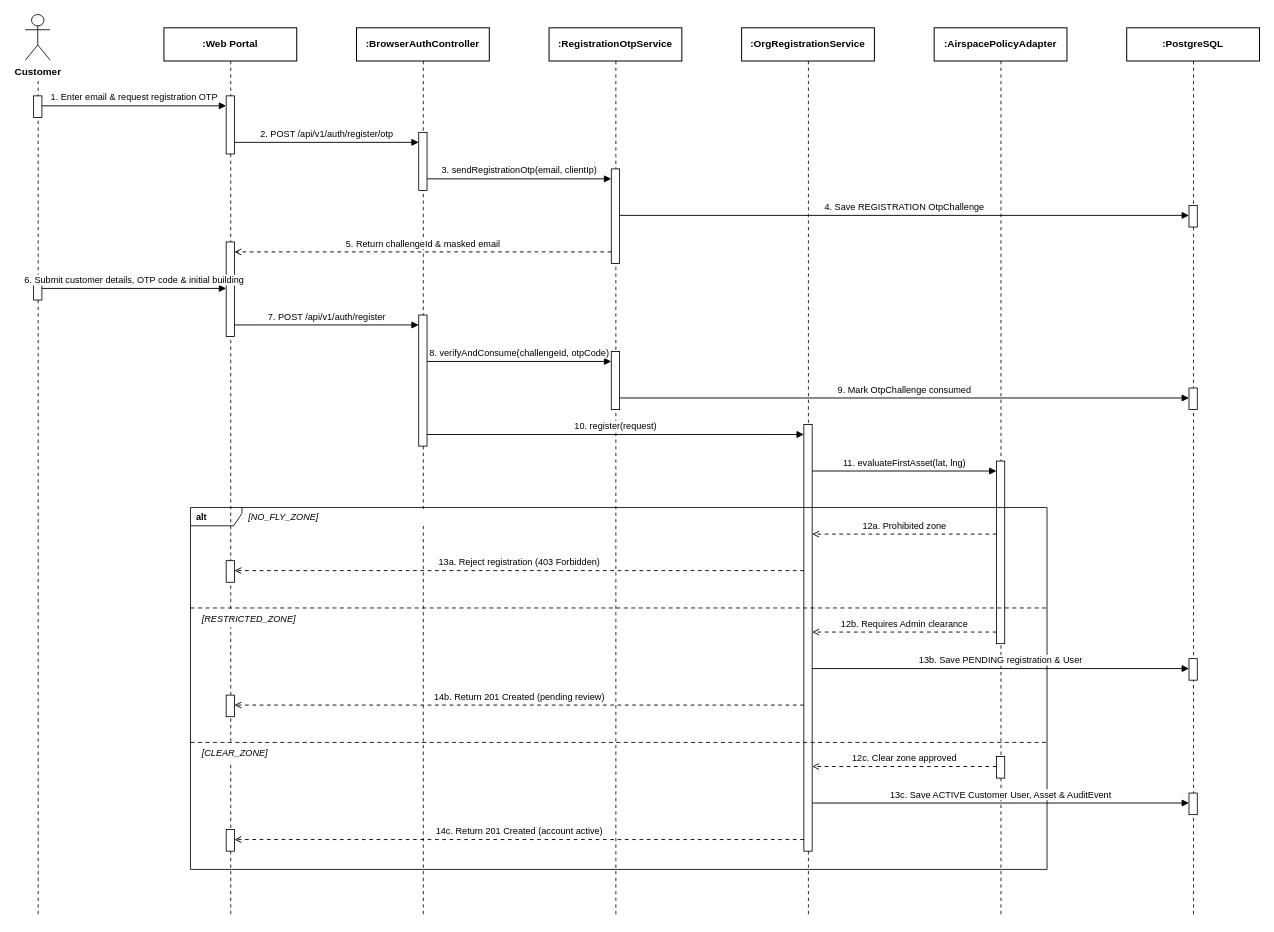
Earlier version of the draw.io diagram page "FE-01A - Customer Registration" (1 of 26) of diagrams/smartdrone-sequence-diagrams.drawio (tungbach12/SmartDroneInspection-Docs). Source tidied: cells renumbered, new cells numbered last; positions are measured from the earlier drawing's top-left corner, leaving out a move shared by most shapes. Both pictures are drawn from the tidied source at 83%, with x=0, y=0 at pixel (25, 14).
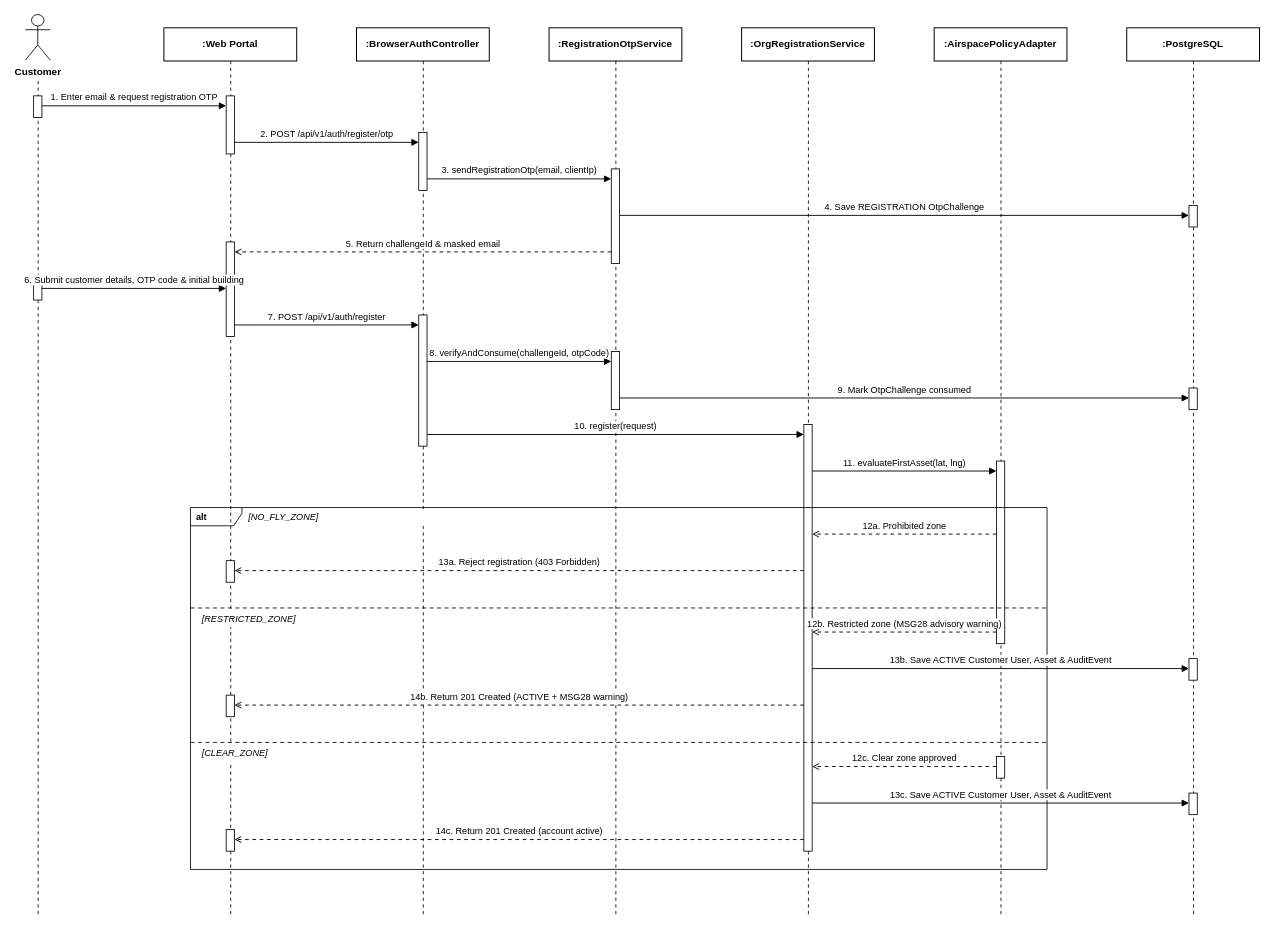
Above is the later version.

Unchanged cells that the change refers to:
```xml
<mxCell id="21" style="rounded=0;whiteSpace=wrap;html=1;fillColor=#ffffff;strokeColor=#000000;strokeWidth=1;" parent="1" vertex="1">
  <mxGeometry x="242" y="820" width="10" height="26" as="geometry" />
</mxCell>
<mxCell id="27" style="rounded=0;whiteSpace=wrap;html=1;fillColor=#ffffff;strokeColor=#000000;strokeWidth=1;" parent="1" vertex="1">
  <mxGeometry x="938" y="494" width="10" height="514" as="geometry" />
</mxCell>
<mxCell id="28" style="rounded=0;whiteSpace=wrap;html=1;fillColor=#ffffff;strokeColor=#000000;strokeWidth=1;" parent="1" vertex="1">
  <mxGeometry x="1170" y="538" width="10" height="220" as="geometry" />
</mxCell>
<mxCell id="32" style="rounded=0;whiteSpace=wrap;html=1;fillColor=#ffffff;strokeColor=#000000;strokeWidth=1;" parent="1" vertex="1">
  <mxGeometry x="1402" y="776" width="10" height="26" as="geometry" />
</mxCell>
```

The edit, as a diff of the source:
```diff
@@
-    <mxCell id="53" value="12b. Requires Admin clearance" style="edgeStyle=orthogonalEdgeStyle;rounded=0;html=1;endArrow=open;endFill=0;dashed=1;dashPattern=4 4;strokeColor=#000000;strokeWidth=1.1;fontColor=#000000;fontFamily=Helvetica;fontSize=11;labelBackgroundColor=#ffffff;exitX=0;exitY=0.9364;exitDx=0;exitDy=0;entryX=1;entryY=0.4864;entryDx=0;entryDy=0;" parent="1" edge="1" source="28" target="27">
+    <mxCell id="53" value="12b. Restricted zone (MSG28 advisory warning)" style="edgeStyle=orthogonalEdgeStyle;rounded=0;html=1;endArrow=open;endFill=0;dashed=1;dashPattern=4 4;strokeColor=#000000;strokeWidth=1.1;fontColor=#000000;fontFamily=Helvetica;fontSize=11;labelBackgroundColor=#ffffff;exitX=0;exitY=0.9364;exitDx=0;exitDy=0;entryX=1;entryY=0.4864;entryDx=0;entryDy=0;" parent="1" edge="1" source="28" target="27">
       <mxGeometry relative="1" as="geometry">
         <mxPoint y="-10" as="offset" />
       </mxGeometry>
     </mxCell>
-    <mxCell id="54" value="13b. Save PENDING registration &amp;amp; User" style="edgeStyle=orthogonalEdgeStyle;rounded=0;html=1;endArrow=block;endFill=1;strokeColor=#000000;strokeWidth=1.1;fontColor=#000000;fontFamily=Helvetica;fontSize=11;labelBackgroundColor=#ffffff;exitX=1;exitY=0.5720;exitDx=0;exitDy=0;entryX=0;entryY=0.4615;entryDx=0;entryDy=0;" parent="1" edge="1" source="27" target="32">
+    <mxCell id="54" value="13b. Save ACTIVE Customer User, Asset &amp;amp; AuditEvent" style="edgeStyle=orthogonalEdgeStyle;rounded=0;html=1;endArrow=block;endFill=1;strokeColor=#000000;strokeWidth=1.1;fontColor=#000000;fontFamily=Helvetica;fontSize=11;labelBackgroundColor=#ffffff;exitX=1;exitY=0.5720;exitDx=0;exitDy=0;entryX=0;entryY=0.4615;entryDx=0;entryDy=0;" parent="1" edge="1" source="27" target="32">
       <mxGeometry relative="1" as="geometry">
         <mxPoint y="-10" as="offset" />
       </mxGeometry>
     </mxCell>
-    <mxCell id="55" value="14b. Return 201 Created (pending review)" style="edgeStyle=orthogonalEdgeStyle;rounded=0;html=1;endArrow=open;endFill=0;dashed=1;dashPattern=4 4;strokeColor=#000000;strokeWidth=1.1;fontColor=#000000;fontFamily=Helvetica;fontSize=11;labelBackgroundColor=#ffffff;exitX=0;exitY=0.6576;exitDx=0;exitDy=0;entryX=1;entryY=0.4615;entryDx=0;entryDy=0;" parent="1" edge="1" source="27" target="21">
+    <mxCell id="55" value="14b. Return 201 Created (ACTIVE + MSG28 warning)" style="edgeStyle=orthogonalEdgeStyle;rounded=0;html=1;endArrow=open;endFill=0;dashed=1;dashPattern=4 4;strokeColor=#000000;strokeWidth=1.1;fontColor=#000000;fontFamily=Helvetica;fontSize=11;labelBackgroundColor=#ffffff;exitX=0;exitY=0.6576;exitDx=0;exitDy=0;entryX=1;entryY=0.4615;entryDx=0;entryDy=0;" parent="1" edge="1" source="27" target="21">
       <mxGeometry relative="1" as="geometry">
         <mxPoint y="-10" as="offset" />
       </mxGeometry>
     </mxCell>
```
